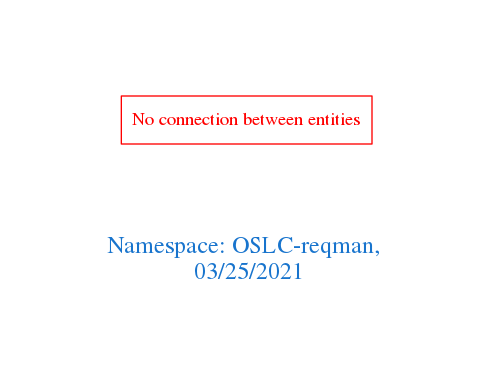
Before: downloads/OSLC-reqman.png, a diagram exported from Graphviz (arago/OGIT). Its source is kept beside it as downloads/OSLC-reqman.dot.
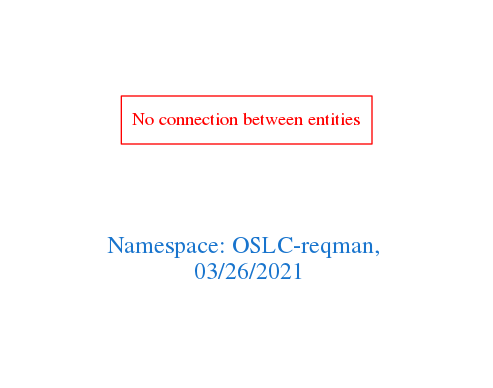
The same file after the commit.

Diff of the diagram source:
```diff
@@ -1,7 +1,7 @@
 digraph OGIT_ontology {
  graph [ rankdir= LR,pad=1
 fontsize = 18,
-fontcolor= dodgerblue3,label = "\n\n\nNamespace: OSLC-reqman, \n 03/25/2021"];
+fontcolor= dodgerblue3,label = "\n\n\nNamespace: OSLC-reqman, \n 03/26/2021"];
 node[shape=polygon];
 edge [  color="gray81"];
 
```
